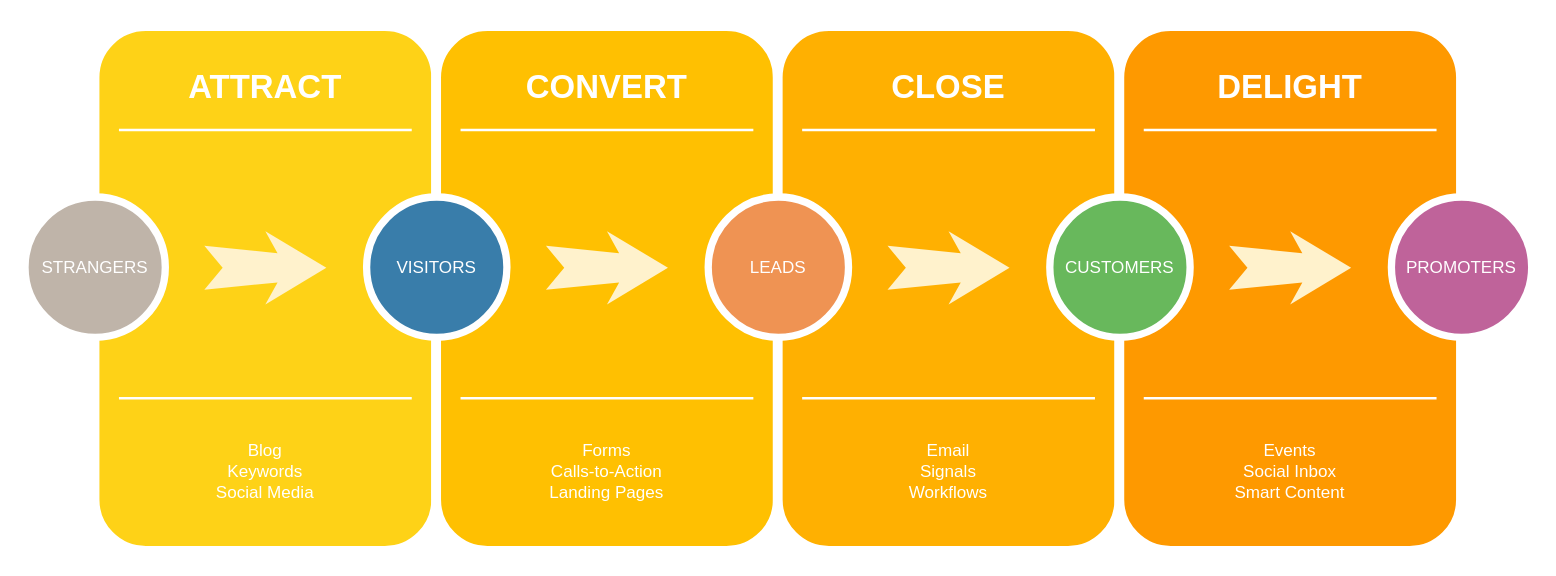
This is Untitled Diagram.drawio from fisheep16/-, a draw.io file, before an edit. Source tidied: cells renumbered, new cells numbered last; positions are measured from the earlier drawing's top-left corner, leaving out a move shared by most shapes. Both pictures are drawn from the tidied source at 122%, with x=0, y=0 at pixel (24, 26).
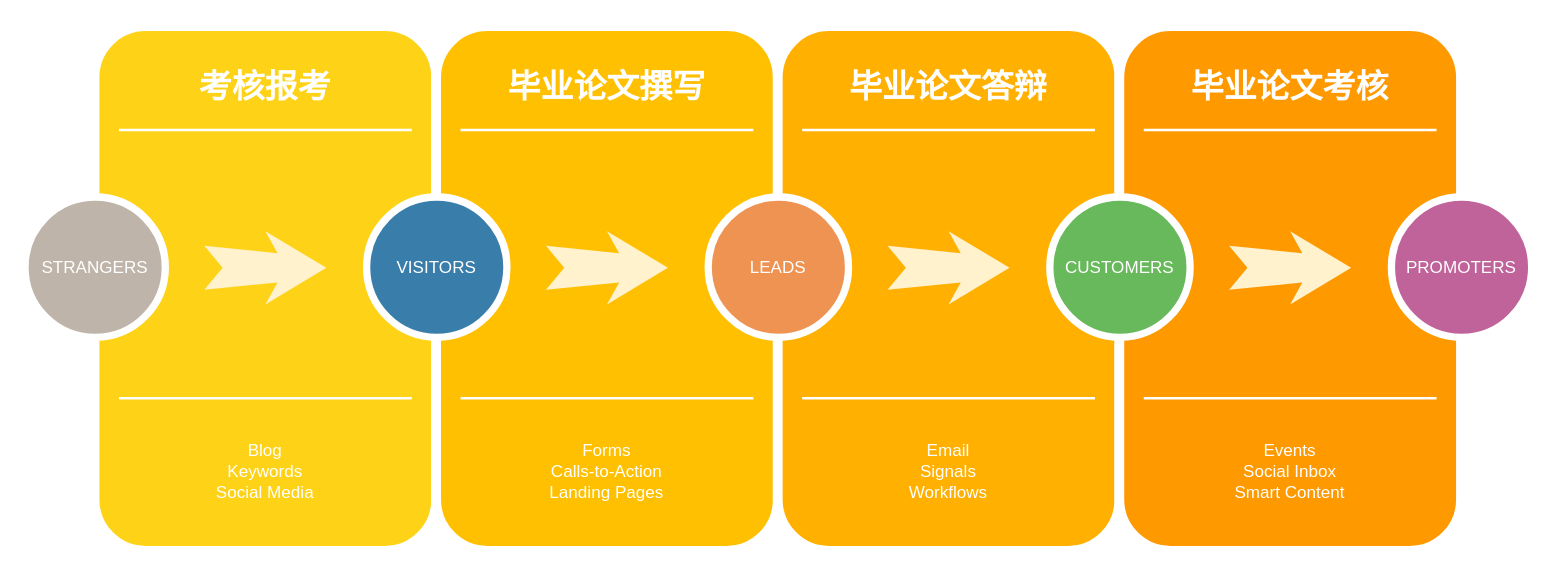
After the change.

Commit message:
毕业论文流程

The edit, as a diff of the source:
```diff
@@
-    <mxCell id="3" value="ATTRACT" style="text;html=1;strokeColor=none;fillColor=none;align=center;verticalAlign=middle;whiteSpace=wrap;rounded=0;shadow=0;fontSize=27;fontColor=#FFFFFF;fontStyle=1;" parent="1" vertex="1">
+    <mxCell id="3" value="考核报考" style="text;html=1;strokeColor=none;fillColor=none;align=center;verticalAlign=middle;whiteSpace=wrap;rounded=0;shadow=0;fontSize=27;fontColor=#FFFFFF;fontStyle=1;" parent="1" vertex="1">
       <mxGeometry x="57" y="20" width="280" height="60" as="geometry" />
     </mxCell>
@@
-    <mxCell id="10" value="CONVERT" style="text;html=1;strokeColor=none;fillColor=none;align=center;verticalAlign=middle;whiteSpace=wrap;rounded=0;shadow=0;fontSize=27;fontColor=#FFFFFF;fontStyle=1;" parent="1" vertex="1">
+    <mxCell id="10" value="毕业论文撰写" style="text;html=1;strokeColor=none;fillColor=none;align=center;verticalAlign=middle;whiteSpace=wrap;rounded=0;shadow=0;fontSize=27;fontColor=#FFFFFF;fontStyle=1;" parent="1" vertex="1">
       <mxGeometry x="337" y="20" width="280" height="60" as="geometry" />
     </mxCell>
@@
-    <mxCell id="17" value="CLOSE" style="text;html=1;strokeColor=none;fillColor=none;align=center;verticalAlign=middle;whiteSpace=wrap;rounded=0;shadow=0;fontSize=27;fontColor=#FFFFFF;fontStyle=1;" parent="1" vertex="1">
+    <mxCell id="17" value="毕业论文答辩" style="text;html=1;strokeColor=none;fillColor=none;align=center;verticalAlign=middle;whiteSpace=wrap;rounded=0;shadow=0;fontSize=27;fontColor=#FFFFFF;fontStyle=1;" parent="1" vertex="1">
       <mxGeometry x="617" y="20" width="280" height="60" as="geometry" />
     </mxCell>
@@
-    <mxCell id="24" value="DELIGHT" style="text;html=1;strokeColor=none;fillColor=none;align=center;verticalAlign=middle;whiteSpace=wrap;rounded=0;shadow=0;fontSize=27;fontColor=#FFFFFF;fontStyle=1;" parent="1" vertex="1">
+    <mxCell id="24" value="毕业论文考核" style="text;html=1;strokeColor=none;fillColor=none;align=center;verticalAlign=middle;whiteSpace=wrap;rounded=0;shadow=0;fontSize=27;fontColor=#FFFFFF;fontStyle=1;" parent="1" vertex="1">
       <mxGeometry x="897" y="20" width="280" height="60" as="geometry" />
     </mxCell>
```
